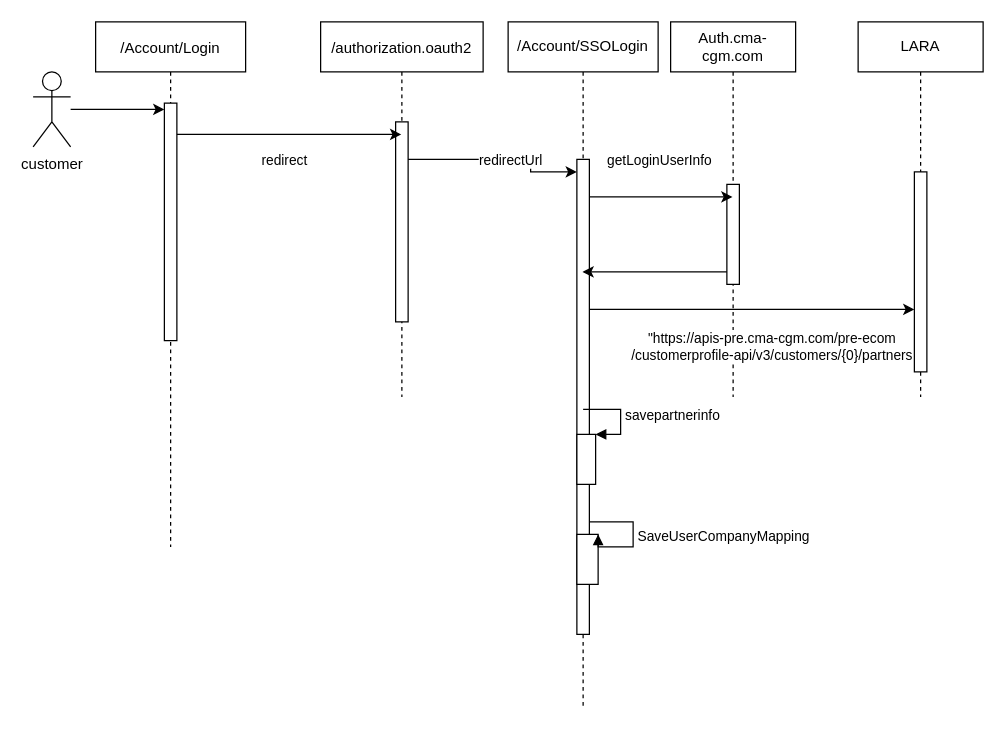
The draw.io diagram web_login.drawio in yi2003/diagram, before the edit. Source tidied: cells renumbered, new cells numbered last; positions are measured from the earlier drawing's top-left corner, leaving out a move shared by most shapes. Both pictures are drawn from the tidied source at 125%, with x=0, y=0 at pixel (32, 21).
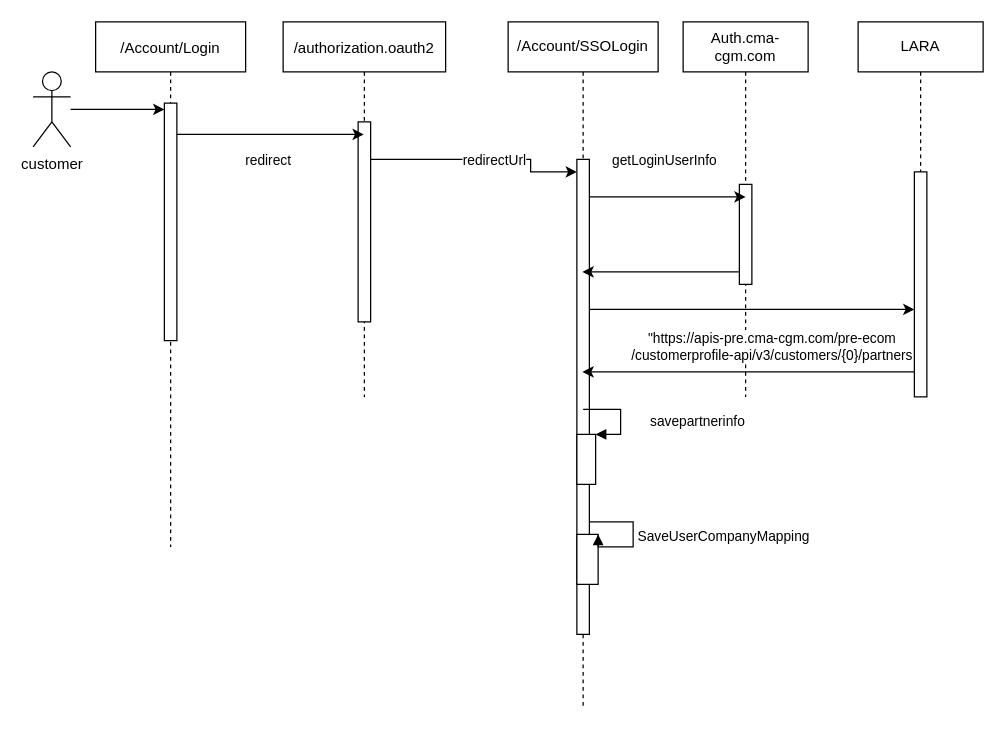
The same diagram, later.

The change refers to these unchanged cells:
```xml
<mxCell id="3" style="points=[];perimeter=orthogonalPerimeter;rounded=0;shadow=0;strokeWidth=1;" parent="2" vertex="1">
  <mxGeometry x="55" y="65" width="10" height="190" as="geometry" />
</mxCell>
<mxCell id="12" value="/Account/SSOLogin" style="shape=umlLifeline;perimeter=lifelinePerimeter;whiteSpace=wrap;html=1;outlineConnect=0;" parent="1" vertex="1">
  <mxGeometry x="380" width="120" height="550" as="geometry" />
</mxCell>
<mxCell id="13" style="points=[];perimeter=orthogonalPerimeter;rounded=0;shadow=0;strokeWidth=1;" parent="12" vertex="1">
  <mxGeometry x="55" y="110" width="10" height="380" as="geometry" />
</mxCell>
<mxCell id="14" style="html=1;points=[];perimeter=orthogonalPerimeter;" parent="12" vertex="1">
  <mxGeometry x="55" y="330" width="15" height="40" as="geometry" />
</mxCell>
<mxCell id="24" value="LARA" style="shape=umlLifeline;perimeter=lifelinePerimeter;whiteSpace=wrap;html=1;" parent="1" vertex="1">
  <mxGeometry x="660" width="100" height="300" as="geometry" />
</mxCell>
```

The edit, as a diff of the source:
```diff
@@
     <mxCell id="4" value="/authorization.oauth2" style="shape=umlLifeline;perimeter=lifelinePerimeter;rounded=0;shadow=0;strokeWidth=1;" parent="1" vertex="1">
-      <mxGeometry x="230" width="130" height="300" as="geometry" />
+      <mxGeometry x="200" width="130" height="300" as="geometry" />
     </mxCell>
@@
     <mxCell id="8" style="edgeStyle=orthogonalEdgeStyle;rounded=0;jettySize=auto;html=1;" parent="1" edge="1" source="3" target="4">
       <mxGeometry relative="1" as="geometry">
         <Array as="points">
-          <mxPoint x="220" y="90" />
-          <mxPoint x="220" y="90" />
+          <mxPoint x="180" y="90" />
+          <mxPoint x="180" y="90" />
         </Array>
       </mxGeometry>
     </mxCell>
@@
     <mxCell id="15" value="savepartnerinfo" style="edgeStyle=orthogonalEdgeStyle;html=1;align=left;spacingLeft=2;endArrow=block;rounded=0;entryX=1;entryY=0;" parent="12" edge="1" target="14">
-      <mxGeometry relative="1" as="geometry">
+      <mxGeometry x="0.14" y="20" relative="1" as="geometry">
         <mxPoint x="60" y="310" as="sourcePoint" />
         <Array as="points">
           <mxPoint x="90" y="310" />
         </Array>
       </mxGeometry>
     </mxCell>
@@
     <mxCell id="18" value="Auth.cma-cgm.com" style="shape=umlLifeline;perimeter=lifelinePerimeter;whiteSpace=wrap;html=1;outlineConnect=0;" parent="1" vertex="1">
-      <mxGeometry x="510" width="100" height="300" as="geometry" />
+      <mxGeometry x="520" width="100" height="300" as="geometry" />
     </mxCell>
@@
-    <mxCell id="20" style="edgeStyle=orthogonalEdgeStyle;rounded=0;jettySize=auto;html=1;" parent="1" edge="1" source="13" target="18">
+    <mxCell id="20" style="edgeStyle=orthogonalEdgeStyle;rounded=0;jettySize=auto;html=1;" parent="1" edge="1" source="13">
       <mxGeometry relative="1" as="geometry">
+        <mxPoint x="570" y="140" as="targetPoint" />
         <Array as="points">
-          <mxPoint x="500" y="140" />
-          <mxPoint x="500" y="140" />
+          <mxPoint x="566" y="140" />
         </Array>
       </mxGeometry>
     </mxCell>
@@
     <mxCell id="25" style="points=[];perimeter=orthogonalPerimeter;rounded=0;shadow=0;strokeWidth=1;" parent="24" vertex="1">
-      <mxGeometry x="45" y="120" width="10" height="160" as="geometry" />
+      <mxGeometry x="45" y="120" width="10" height="180" as="geometry" />
     </mxCell>
+    <mxCell id="26" style="edgeStyle=orthogonalEdgeStyle;rounded=0;jettySize=auto;html=1;" parent="1" edge="1" source="25" target="12">
+      <mxGeometry relative="1" as="geometry">
+        <Array as="points">
+          <mxPoint x="520" y="280" />
+          <mxPoint x="520" y="280" />
+        </Array>
+      </mxGeometry>
+    </mxCell>
```
